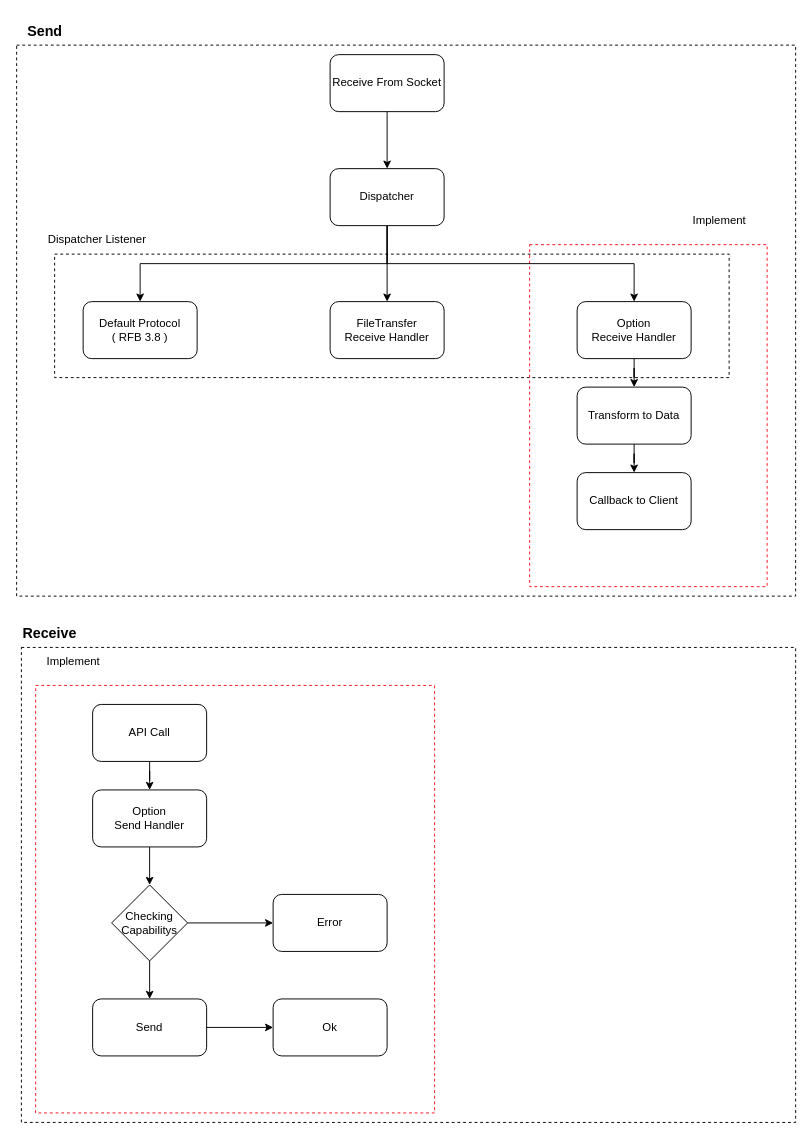
This is UML/mirero/SwRcs.drawio from rhkdguskim/Study, a draw.io file, before an edit. Source tidied: cells renumbered, new cells numbered last; positions are measured from the earlier drawing's top-left corner, leaving out a move shared by most shapes. Both pictures are drawn from the tidied source at 95%, with x=0, y=0 at pixel (16, 16).
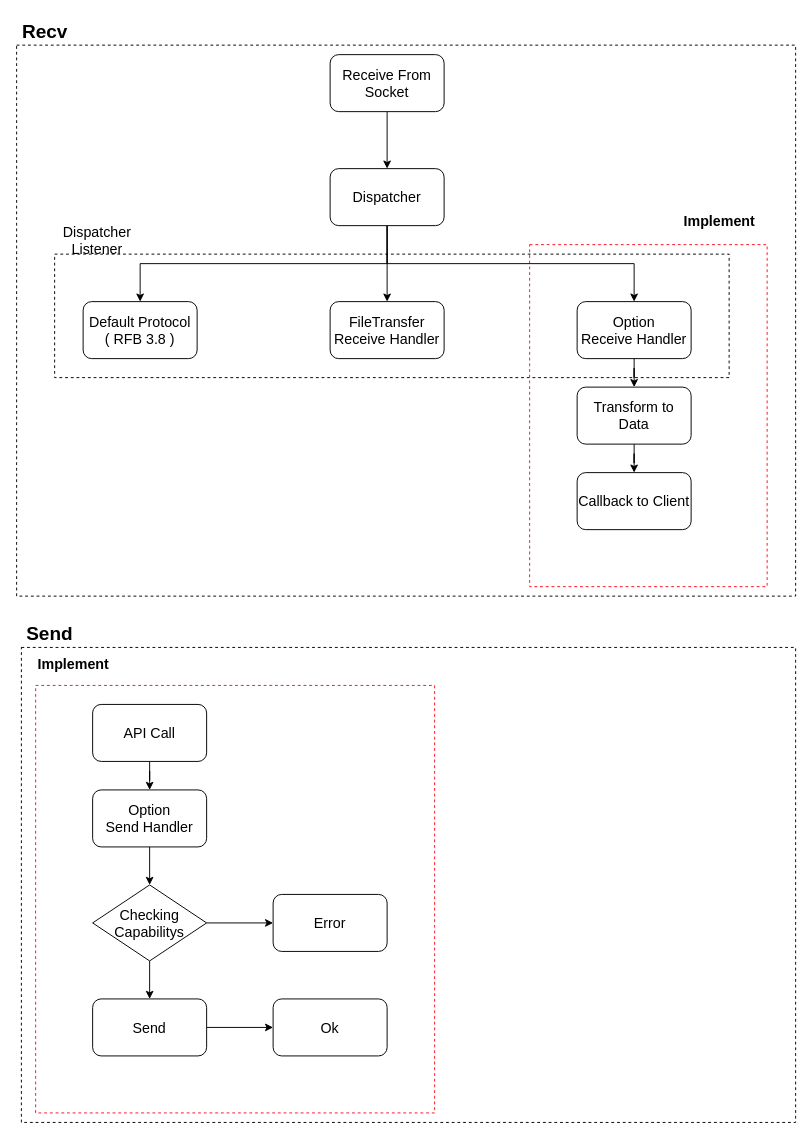
Above is the later version.

What changed in the source:
```diff
@@
-    <mxCell id="4" style="rounded=0;whiteSpace=wrap;html=1;dashed=1;fillColor=none;" parent="1" vertex="1">
+    <mxCell id="4" style="rounded=0;whiteSpace=wrap;html=1;dashed=1;fillColor=none;fontSize=15;" parent="1" vertex="1">
       <mxGeometry x="40" y="250" width="710" height="130" as="geometry" />
     </mxCell>
@@
-    <mxCell id="7" style="edgeStyle=orthogonalEdgeStyle;rounded=0;jettySize=auto;html=1;" parent="1" edge="1" source="8" target="12">
+    <mxCell id="7" style="edgeStyle=orthogonalEdgeStyle;rounded=0;jettySize=auto;html=1;fontSize=15;" parent="1" edge="1" source="8" target="12">
       <mxGeometry relative="1" as="geometry" />
     </mxCell>
-    <mxCell id="8" value="Receive From Socket" style="rounded=1;whiteSpace=wrap;html=1;" parent="1" vertex="1">
+    <mxCell id="8" value="Receive From Socket" style="rounded=1;whiteSpace=wrap;html=1;fontSize=15;" parent="1" vertex="1">
       <mxGeometry x="330" y="40" width="120" height="60" as="geometry" />
     </mxCell>
-    <mxCell id="9" style="edgeStyle=orthogonalEdgeStyle;rounded=0;jettySize=auto;html=1;" parent="1" edge="1" source="12" target="13">
+    <mxCell id="9" style="edgeStyle=orthogonalEdgeStyle;rounded=0;jettySize=auto;html=1;fontSize=15;" parent="1" edge="1" source="12" target="13">
       <mxGeometry relative="1" as="geometry" />
     </mxCell>
-    <mxCell id="10" style="edgeStyle=orthogonalEdgeStyle;rounded=0;jettySize=auto;html=1;" parent="1" edge="1" source="12" target="16">
+    <mxCell id="10" style="edgeStyle=orthogonalEdgeStyle;rounded=0;jettySize=auto;html=1;fontSize=15;" parent="1" edge="1" source="12" target="16">
       <mxGeometry relative="1" as="geometry">
         <Array as="points">
           <mxPoint x="390" y="260" />
           <mxPoint x="130" y="260" />
         </Array>
       </mxGeometry>
     </mxCell>
-    <mxCell id="11" style="edgeStyle=orthogonalEdgeStyle;rounded=0;jettySize=auto;html=1;entryX=0.5;entryY=0;entryDx=0;entryDy=0;" parent="1" edge="1" source="12" target="15">
+    <mxCell id="11" style="edgeStyle=orthogonalEdgeStyle;rounded=0;jettySize=auto;html=1;entryX=0.5;entryY=0;entryDx=0;entryDy=0;fontSize=15;" parent="1" edge="1" source="12" target="15">
       <mxGeometry relative="1" as="geometry">
         <Array as="points">
           <mxPoint x="390" y="260" />
           <mxPoint x="650" y="260" />
         </Array>
       </mxGeometry>
     </mxCell>
-    <mxCell id="12" value="Dispatcher" style="rounded=1;whiteSpace=wrap;html=1;" parent="1" vertex="1">
+    <mxCell id="12" value="Dispatcher" style="rounded=1;whiteSpace=wrap;html=1;fontSize=15;" parent="1" vertex="1">
       <mxGeometry x="330" y="160" width="120" height="60" as="geometry" />
     </mxCell>
-    <mxCell id="13" value="FileTransfer&lt;br&gt;Receive Handler" style="rounded=1;whiteSpace=wrap;html=1;" parent="1" vertex="1">
+    <mxCell id="13" value="FileTransfer&lt;br style=&quot;font-size: 15px;&quot;&gt;Receive Handler" style="rounded=1;whiteSpace=wrap;html=1;fontSize=15;" parent="1" vertex="1">
       <mxGeometry x="330" y="300" width="120" height="60" as="geometry" />
     </mxCell>
-    <mxCell id="14" style="edgeStyle=orthogonalEdgeStyle;rounded=0;jettySize=auto;html=1;" parent="1" edge="1" source="15" target="19">
+    <mxCell id="14" style="edgeStyle=orthogonalEdgeStyle;rounded=0;jettySize=auto;html=1;fontSize=15;" parent="1" edge="1" source="15" target="19">
       <mxGeometry relative="1" as="geometry" />
     </mxCell>
-    <mxCell id="15" value="Option&lt;br&gt;Receive Handler" style="rounded=1;whiteSpace=wrap;html=1;" parent="1" vertex="1">
+    <mxCell id="15" value="Option&lt;br style=&quot;font-size: 15px;&quot;&gt;Receive Handler" style="rounded=1;whiteSpace=wrap;html=1;fontSize=15;" parent="1" vertex="1">
       <mxGeometry x="590" y="300" width="120" height="60" as="geometry" />
     </mxCell>
-    <mxCell id="16" value="Default Protocol&lt;div&gt;( RFB 3.8 )&lt;/div&gt;" style="rounded=1;whiteSpace=wrap;html=1;" parent="1" vertex="1">
+    <mxCell id="16" value="Default Protocol&lt;div style=&quot;font-size: 15px;&quot;&gt;( RFB 3.8 )&lt;/div&gt;" style="rounded=1;whiteSpace=wrap;html=1;fontSize=15;" parent="1" vertex="1">
       <mxGeometry x="70" y="300" width="120" height="60" as="geometry" />
     </mxCell>
-    <mxCell id="17" value="Callback to Client" style="rounded=1;whiteSpace=wrap;html=1;" parent="1" vertex="1">
+    <mxCell id="17" value="Callback to Client" style="rounded=1;whiteSpace=wrap;html=1;fontSize=15;" parent="1" vertex="1">
       <mxGeometry x="590" y="480" width="120" height="60" as="geometry" />
     </mxCell>
-    <mxCell id="18" style="edgeStyle=orthogonalEdgeStyle;rounded=0;jettySize=auto;html=1;" parent="1" edge="1" source="19" target="17">
+    <mxCell id="18" style="edgeStyle=orthogonalEdgeStyle;rounded=0;jettySize=auto;html=1;fontSize=15;" parent="1" edge="1" source="19" target="17">
       <mxGeometry relative="1" as="geometry" />
     </mxCell>
-    <mxCell id="19" value="Transform to Data" style="rounded=1;whiteSpace=wrap;html=1;" parent="1" vertex="1">
+    <mxCell id="19" value="Transform to Data" style="rounded=1;whiteSpace=wrap;html=1;fontSize=15;" parent="1" vertex="1">
       <mxGeometry x="590" y="390" width="120" height="60" as="geometry" />
     </mxCell>
-    <mxCell id="20" value="Dispatcher Listener" style="text;html=1;align=center;verticalAlign=middle;whiteSpace=wrap;rounded=0;" parent="1" vertex="1">
+    <mxCell id="20" value="Dispatcher Listener" style="text;html=1;align=center;verticalAlign=middle;whiteSpace=wrap;rounded=0;fontSize=15;" parent="1" vertex="1">
       <mxGeometry x="20" y="220" width="130" height="30" as="geometry" />
     </mxCell>
-    <mxCell id="21" value="Implement" style="text;html=1;align=center;verticalAlign=middle;whiteSpace=wrap;rounded=0;" parent="1" vertex="1">
+    <mxCell id="21" value="Implement" style="text;html=1;align=center;verticalAlign=middle;whiteSpace=wrap;rounded=0;fontSize=15;fontStyle=1;" parent="1" vertex="1">
       <mxGeometry x="700" y="200" width="80" height="30" as="geometry" />
     </mxCell>
-    <mxCell id="22" style="edgeStyle=orthogonalEdgeStyle;rounded=0;jettySize=auto;html=1;" parent="1" edge="1" source="23" target="25">
+    <mxCell id="22" style="edgeStyle=orthogonalEdgeStyle;rounded=0;jettySize=auto;html=1;fontSize=15;" parent="1" edge="1" source="23" target="25">
       <mxGeometry relative="1" as="geometry" />
     </mxCell>
-    <mxCell id="23" value="API Call" style="rounded=1;whiteSpace=wrap;html=1;" parent="1" vertex="1">
+    <mxCell id="23" value="API Call" style="rounded=1;whiteSpace=wrap;html=1;fontSize=15;" parent="1" vertex="1">
       <mxGeometry x="80" y="724" width="120" height="60" as="geometry" />
     </mxCell>
-    <mxCell id="24" style="edgeStyle=orthogonalEdgeStyle;rounded=0;jettySize=auto;html=1;" parent="1" edge="1" source="25" target="28">
+    <mxCell id="24" style="edgeStyle=orthogonalEdgeStyle;rounded=0;jettySize=auto;html=1;fontSize=15;" parent="1" edge="1" source="25" target="28">
       <mxGeometry relative="1" as="geometry" />
     </mxCell>
-    <mxCell id="25" value="Option&lt;br&gt;&lt;span style=&quot;background-color: initial;&quot;&gt;Send Handler&lt;/span&gt;" style="rounded=1;whiteSpace=wrap;html=1;" parent="1" vertex="1">
+    <mxCell id="25" value="Option&lt;br style=&quot;font-size: 15px;&quot;&gt;&lt;span style=&quot;background-color: initial; font-size: 15px;&quot;&gt;Send Handler&lt;/span&gt;" style="rounded=1;whiteSpace=wrap;html=1;fontSize=15;" parent="1" vertex="1">
       <mxGeometry x="80" y="814" width="120" height="60" as="geometry" />
     </mxCell>
-    <mxCell id="26" style="edgeStyle=orthogonalEdgeStyle;rounded=0;jettySize=auto;html=1;" parent="1" edge="1" source="28" target="30">
+    <mxCell id="26" style="edgeStyle=orthogonalEdgeStyle;rounded=0;jettySize=auto;html=1;fontSize=15;" parent="1" edge="1" source="28" target="30">
       <mxGeometry relative="1" as="geometry" />
     </mxCell>
-    <mxCell id="27" style="edgeStyle=orthogonalEdgeStyle;rounded=0;jettySize=auto;html=1;" parent="1" edge="1" source="28" target="32">
+    <mxCell id="27" style="edgeStyle=orthogonalEdgeStyle;rounded=0;jettySize=auto;html=1;fontSize=15;" parent="1" edge="1" source="28" target="32">
       <mxGeometry relative="1" as="geometry" />
     </mxCell>
-    <mxCell id="28" value="Checking&lt;br&gt;Capabilitys" style="rhombus;whiteSpace=wrap;html=1;" parent="1" vertex="1">
-      <mxGeometry x="100" y="914" width="80" height="80" as="geometry" />
+    <mxCell id="28" value="Checking&lt;br style=&quot;font-size: 15px;&quot;&gt;Capabilitys" style="rhombus;whiteSpace=wrap;html=1;fontSize=15;" parent="1" vertex="1">
+      <mxGeometry x="80" y="914" width="120" height="80" as="geometry" />
     </mxCell>
-    <mxCell id="29" style="edgeStyle=orthogonalEdgeStyle;rounded=0;jettySize=auto;html=1;entryX=0;entryY=0.5;entryDx=0;entryDy=0;" parent="1" edge="1" source="30" target="31">
+    <mxCell id="29" style="edgeStyle=orthogonalEdgeStyle;rounded=0;jettySize=auto;html=1;entryX=0;entryY=0.5;entryDx=0;entryDy=0;fontSize=15;" parent="1" edge="1" source="30" target="31">
       <mxGeometry relative="1" as="geometry" />
     </mxCell>
-    <mxCell id="30" value="Send" style="rounded=1;whiteSpace=wrap;html=1;" parent="1" vertex="1">
+    <mxCell id="30" value="Send" style="rounded=1;whiteSpace=wrap;html=1;fontSize=15;" parent="1" vertex="1">
       <mxGeometry x="80" y="1034" width="120" height="60" as="geometry" />
     </mxCell>
-    <mxCell id="31" value="Ok" style="rounded=1;whiteSpace=wrap;html=1;" parent="1" vertex="1">
+    <mxCell id="31" value="Ok" style="rounded=1;whiteSpace=wrap;html=1;fontSize=15;" parent="1" vertex="1">
       <mxGeometry x="270" y="1034" width="120" height="60" as="geometry" />
     </mxCell>
-    <mxCell id="32" value="Error" style="rounded=1;whiteSpace=wrap;html=1;" parent="1" vertex="1">
+    <mxCell id="32" value="Error" style="rounded=1;whiteSpace=wrap;html=1;fontSize=15;" parent="1" vertex="1">
       <mxGeometry x="270" y="924" width="120" height="60" as="geometry" />
     </mxCell>
-    <mxCell id="33" value="Implement" style="text;html=1;align=center;verticalAlign=middle;whiteSpace=wrap;rounded=0;" parent="1" vertex="1">
-      <mxGeometry x="20" y="664" width="80" height="30" as="geometry" />
+    <mxCell id="33" value="Implement" style="text;html=1;align=center;verticalAlign=middle;whiteSpace=wrap;rounded=0;fontStyle=1;fontSize=15;" parent="1" vertex="1">
+      <mxGeometry x="20" y="666" width="80" height="30" as="geometry" />
     </mxCell>
-    <mxCell id="34" value="Receive" style="text;html=1;align=center;verticalAlign=middle;whiteSpace=wrap;rounded=0;fontSize=15;fontStyle=1;" parent="1" vertex="1">
+    <mxCell id="34" value="Send" style="text;html=1;align=center;verticalAlign=middle;whiteSpace=wrap;rounded=0;fontSize=20;fontStyle=1;" parent="1" vertex="1">
       <mxGeometry x="5" y="634" width="60" height="30" as="geometry" />
     </mxCell>
-    <mxCell id="35" value="Send" style="text;html=1;align=center;verticalAlign=middle;whiteSpace=wrap;rounded=0;fontSize=15;fontStyle=1;" parent="1" vertex="1">
+    <mxCell id="35" value="Recv" style="text;html=1;align=center;verticalAlign=middle;whiteSpace=wrap;rounded=0;fontSize=20;fontStyle=1;" parent="1" vertex="1">
       <mxGeometry width="60" height="30" as="geometry" />
     </mxCell>
```
